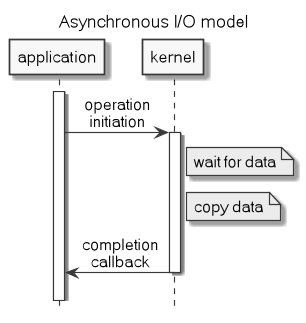
Above: .images/asynchronous_IO_model.png in c0p4c4b4n4/demo-sockets-io-nio-nio2 (PlantUML), before the change.
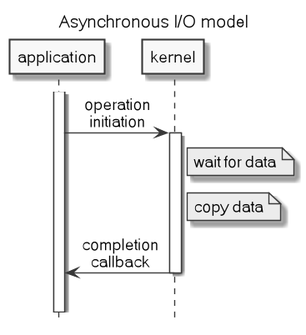
Above is the later version.

Change to the diagram source:
```diff
@@ -1,4 +1,5 @@
 @startuml
+scale 1.2
 title Asynchronous I/O model
 hide footbox
 skinparam monochrome true
@@ -12,5 +13,5 @@
 Note right of kernel: copy data
 kernel->application: completion\ncallback
 deactivate kernel
-||15||
+||25||
 @enduml
```
